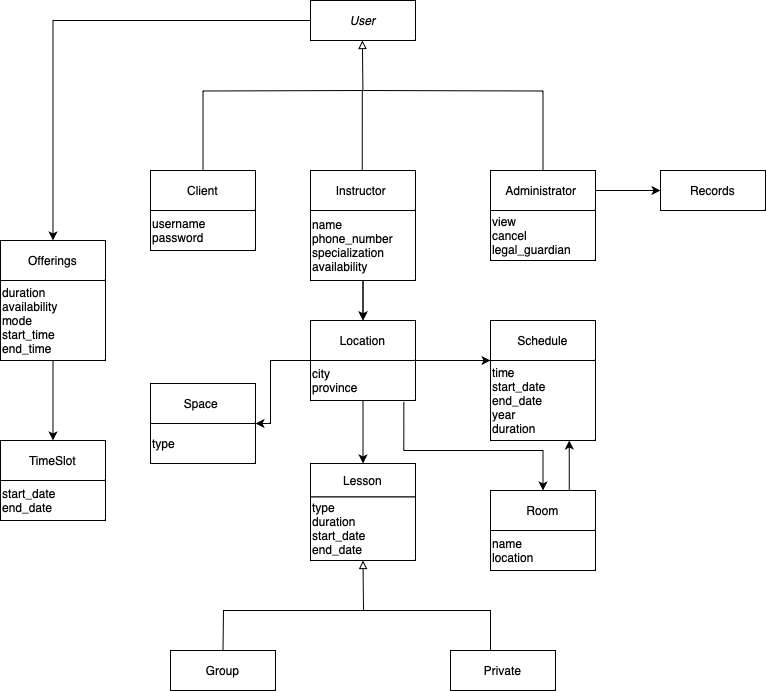
Above: Phase2/UMLDomainModel.png in Michael-porato/SOEN_342_project (draw.io), before the change. Source tidied: cells renumbered, new cells last; positions are measured from the earlier drawing's top-left corner, leaving out a move shared by most shapes.
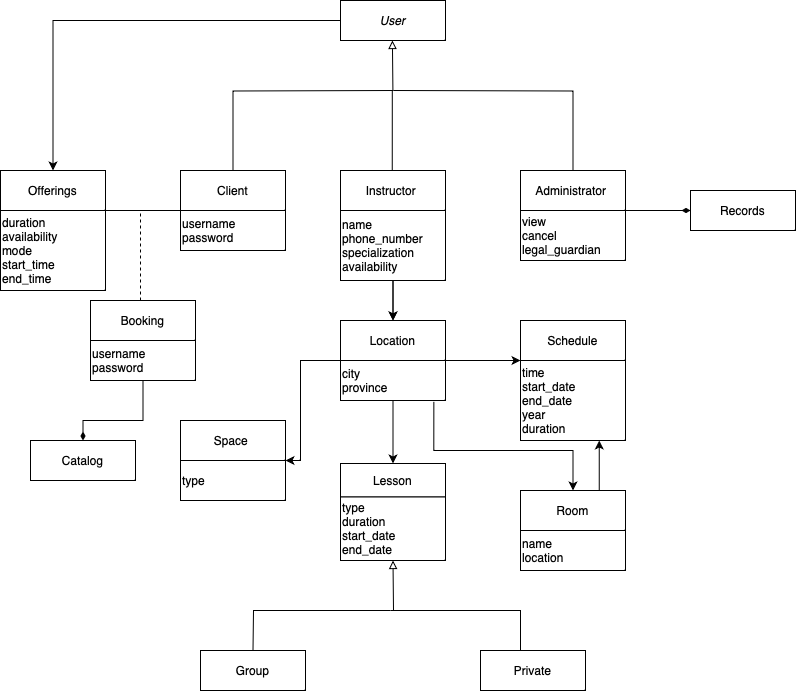
After the change.

Commit message:
updated UML domain model

Diff of the diagram source:
```diff
@@ -9,10 +9,10 @@
       <mxGeometry x="310" y="496.5" width="105" height="63.5" as="geometry" />
     </mxCell>
     <mxCell id="4" value="Offerings" style="rounded=0;whiteSpace=wrap;html=1;" parent="1" vertex="1">
-      <mxGeometry y="240" width="105" height="40" as="geometry" />
+      <mxGeometry x="-30" y="170" width="105" height="40" as="geometry" />
     </mxCell>
     <mxCell id="5" value="Space&amp;nbsp;" style="rounded=0;whiteSpace=wrap;html=1;" parent="1" vertex="1">
-      <mxGeometry x="150" y="383" width="105" height="40" as="geometry" />
+      <mxGeometry x="150" y="420" width="105" height="40" as="geometry" />
     </mxCell>
     <mxCell id="6" value="Location" style="rounded=0;whiteSpace=wrap;html=1;" parent="1" vertex="1">
       <mxGeometry x="310" y="320" width="105" height="40" as="geometry" />
@@ -55,7 +55,7 @@
       <mxGeometry relative="1" as="geometry">
         <Array as="points">
           <mxPoint x="270" y="360" />
-          <mxPoint x="270" y="423" />
+          <mxPoint x="270" y="460" />
         </Array>
       </mxGeometry>
     </mxCell>
@@ -66,7 +66,7 @@
       <mxGeometry relative="1" as="geometry" />
     </mxCell>
     <mxCell id="17" value="type" style="rounded=0;whiteSpace=wrap;html=1;align=left;" parent="1" vertex="1">
-      <mxGeometry x="150" y="423" width="105" height="40" as="geometry" />
+      <mxGeometry x="150" y="460" width="105" height="40" as="geometry" />
     </mxCell>
     <mxCell id="18" style="edgeStyle=orthogonalEdgeStyle;rounded=0;jettySize=auto;html=1;entryX=0.5;entryY=0;entryDx=0;entryDy=0;exitX=0.889;exitY=1.033;exitDx=0;exitDy=0;exitPerimeter=0;" parent="1" edge="1" source="15" target="27">
       <mxGeometry relative="1" as="geometry">
@@ -88,11 +88,8 @@
     <mxCell id="22" style="endArrow=classic;html=1;rounded=0;entryX=0.5;entryY=0;entryDx=0;entryDy=0;exitX=0.5;exitY=1;exitDx=0;exitDy=0;" parent="1" edge="1" source="21" target="6">
       <mxGeometry relative="1" as="geometry" />
     </mxCell>
-    <mxCell id="23" style="edgeStyle=orthogonalEdgeStyle;rounded=0;jettySize=auto;html=1;exitX=0.5;exitY=1;exitDx=0;exitDy=0;entryX=0.5;entryY=0;entryDx=0;entryDy=0;" parent="1" edge="1" source="24" target="35">
-      <mxGeometry relative="1" as="geometry" />
-    </mxCell>
     <mxCell id="24" value="&lt;div&gt;duration&lt;/div&gt;&lt;div&gt;availability&lt;/div&gt;&lt;div&gt;mode&lt;/div&gt;&lt;div&gt;start_time&lt;/div&gt;&lt;div&gt;end_time&lt;/div&gt;" style="rounded=0;whiteSpace=wrap;html=1;align=left;" parent="1" vertex="1">
-      <mxGeometry y="280" width="105" height="80" as="geometry" />
+      <mxGeometry x="-30" y="210" width="105" height="80" as="geometry" />
     </mxCell>
     <mxCell id="25" style="endArrow=classic;html=1;rounded=0;entryX=0.5;entryY=0;entryDx=0;entryDy=0;exitX=0.5;exitY=1;exitDx=0;exitDy=0;" parent="1" edge="1" source="15" target="2">
       <mxGeometry relative="1" as="geometry" />
@@ -115,21 +112,20 @@
     <mxCell id="31" value="Administrator&amp;nbsp;" style="rounded=0;whiteSpace=wrap;html=1;" parent="1" vertex="1">
       <mxGeometry x="490" y="170" width="105" height="40" as="geometry" />
     </mxCell>
-    <mxCell id="32" style="edgeStyle=orthogonalEdgeStyle;rounded=0;jettySize=auto;html=1;exitX=1;exitY=0;exitDx=0;exitDy=0;entryX=0;entryY=0.5;entryDx=0;entryDy=0;" parent="1" edge="1" source="33" target="34">
-      <mxGeometry relative="1" as="geometry" />
+    <mxCell id="32" style="edgeStyle=orthogonalEdgeStyle;rounded=0;jettySize=auto;html=1;exitX=1;exitY=0;exitDx=0;exitDy=0;entryX=0;entryY=0.5;entryDx=0;entryDy=0;endArrow=diamondThin;endFill=1;" parent="1" edge="1" source="33" target="34">
+      <mxGeometry relative="1" as="geometry">
+        <Array as="points">
+          <mxPoint x="610" y="210" />
+          <mxPoint x="610" y="210" />
+        </Array>
+      </mxGeometry>
     </mxCell>
     <mxCell id="33" value="view&lt;div&gt;cancel&lt;/div&gt;&lt;div&gt;legal_guardian&lt;/div&gt;" style="rounded=0;whiteSpace=wrap;html=1;align=left;" parent="1" vertex="1">
       <mxGeometry x="490" y="210" width="105" height="50" as="geometry" />
     </mxCell>
     <mxCell id="34" value="Records" style="rounded=0;whiteSpace=wrap;html=1;" parent="1" vertex="1">
-      <mxGeometry x="660" y="170" width="105" height="40" as="geometry" />
+      <mxGeometry x="660" y="190" width="105" height="40" as="geometry" />
     </mxCell>
-    <mxCell id="35" value="TimeSlot" style="rounded=0;whiteSpace=wrap;html=1;" parent="1" vertex="1">
-      <mxGeometry y="440" width="105" height="40" as="geometry" />
-    </mxCell>
-    <mxCell id="36" value="start_date&lt;div&gt;end_date&lt;/div&gt;" style="rounded=0;whiteSpace=wrap;html=1;align=left;" parent="1" vertex="1">
-      <mxGeometry y="480" width="105" height="40" as="geometry" />
-    </mxCell>
     <mxCell id="37" style="edgeStyle=orthogonalEdgeStyle;rounded=0;jettySize=auto;html=1;exitX=0;exitY=0.5;exitDx=0;exitDy=0;" parent="1" edge="1" source="41" target="4">
       <mxGeometry relative="1" as="geometry" />
     </mxCell>
@@ -162,5 +158,31 @@
         <mxPoint x="361.9" y="40" as="targetPoint" />
       </mxGeometry>
     </mxCell>
+    <mxCell id="43" style="endArrow=none;html=1;rounded=0;entryX=0;entryY=0;entryDx=0;entryDy=0;exitX=1;exitY=0;exitDx=0;exitDy=0;" parent="1" edge="1" source="24" target="30">
+      <mxGeometry relative="1" as="geometry" />
+    </mxCell>
+    <mxCell id="44" style="endArrow=none;dashed=1;html=1;rounded=0;" parent="1" edge="1">
+      <mxGeometry relative="1" as="geometry">
+        <mxPoint x="110" y="300" as="sourcePoint" />
+        <mxPoint x="110" y="210" as="targetPoint" />
+      </mxGeometry>
+    </mxCell>
+    <mxCell id="45" value="Booking" style="rounded=0;whiteSpace=wrap;html=1;" parent="1" vertex="1">
+      <mxGeometry x="60" y="300" width="105" height="40" as="geometry" />
+    </mxCell>
+    <mxCell id="46" value="Catalog" style="rounded=0;whiteSpace=wrap;html=1;" parent="1" vertex="1">
+      <mxGeometry y="440" width="105" height="40" as="geometry" />
+    </mxCell>
+    <mxCell id="47" style="edgeStyle=orthogonalEdgeStyle;rounded=0;jettySize=auto;html=1;entryX=0.5;entryY=0;entryDx=0;entryDy=0;endArrow=diamondThin;endFill=1;exitX=0.5;exitY=1;exitDx=0;exitDy=0;" parent="1" edge="1" source="48" target="46">
+      <mxGeometry relative="1" as="geometry">
+        <Array as="points">
+          <mxPoint x="113" y="420" />
+          <mxPoint x="53" y="420" />
+        </Array>
+      </mxGeometry>
+    </mxCell>
+    <mxCell id="48" value="username&lt;div&gt;password&lt;/div&gt;" style="rounded=0;whiteSpace=wrap;html=1;align=left;" parent="1" vertex="1">
+      <mxGeometry x="60" y="340" width="105" height="40" as="geometry" />
+    </mxCell>
   </root>
 </mxGraphModel>
```
